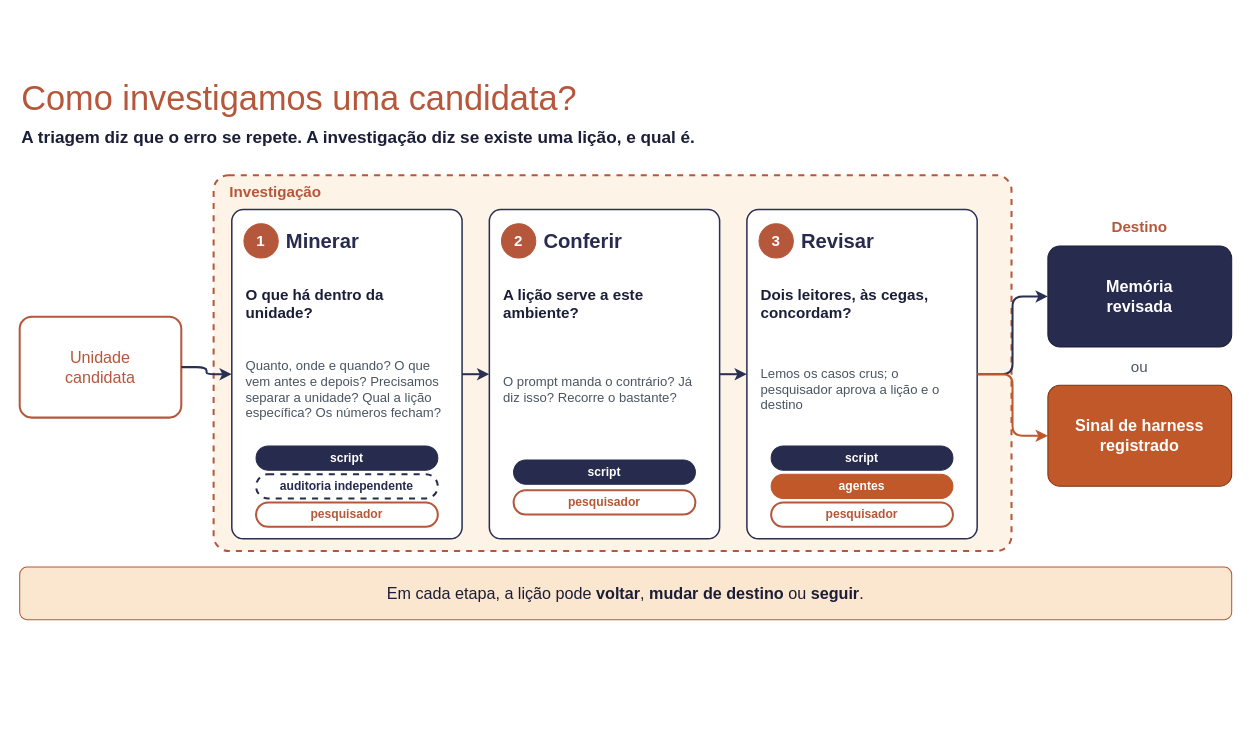
The draw.io diagram docs/sources/draw.io/como_investigamos.drawio in rc-ventura/memory_layer_ai_agents, before the edit. Source tidied: cells renumbered, new cells numbered last; positions are measured from the earlier drawing's top-left corner, leaving out a move shared by most shapes. Both pictures are drawn from the tidied source at 101%, with x=0, y=0 at pixel (19, 72).
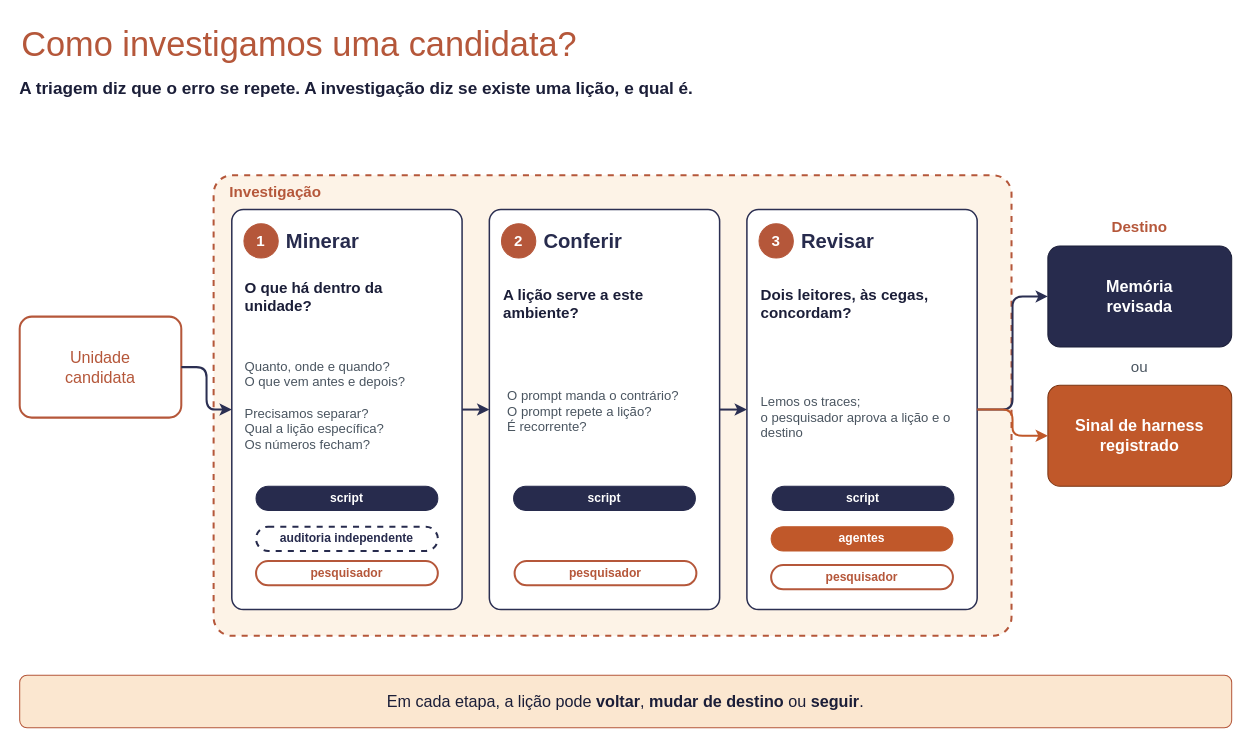
The same page after the edit.

The edit, as a diff of the source:
```diff
@@
     <mxCell id="2" value="Como investigamos uma candidata?" style="text;html=1;verticalAlign=middle;whiteSpace=wrap;align=left;fontSize=34;fontColor=#B5573A;" parent="1" vertex="1">
-      <mxGeometry width="1200" height="52" as="geometry" />
+      <mxGeometry y="-54" width="1200" height="52" as="geometry" />
     </mxCell>
     <mxCell id="3" value="&lt;b&gt;A triagem diz que o erro se repete. A investigação diz se existe uma lição, e qual é.&lt;/b&gt;" style="text;html=1;verticalAlign=middle;whiteSpace=wrap;align=left;fontSize=17;fontColor=#1B1E38;" parent="1" vertex="1">
-      <mxGeometry y="52" width="1200" height="28" as="geometry" />
+      <mxGeometry x="-2" y="3" width="1200" height="28" as="geometry" />
     </mxCell>
     <mxCell id="4" style="rounded=1;arcSize=4;whiteSpace=wrap;html=1;fillColor=#FDF3E7;strokeColor=#B5573A;strokeWidth=2;dashed=1;" parent="1" vertex="1">
-      <mxGeometry x="192" y="102" width="790" height="372" as="geometry" />
+      <mxGeometry x="192" y="102" width="790" height="456" as="geometry" />
     </mxCell>
@@
     <mxCell id="7" style="rounded=1;arcSize=5;whiteSpace=wrap;html=1;fillColor=#FFFFFF;strokeColor=#2B2F52;strokeWidth=1.5;" parent="1" vertex="1">
-      <mxGeometry x="210" y="136" width="228" height="326" as="geometry" />
+      <mxGeometry x="210" y="136" width="228" height="396" as="geometry" />
     </mxCell>
@@
     <mxCell id="10" value="&lt;b&gt;O que há dentro da unidade?&lt;/b&gt;" style="text;html=1;verticalAlign=middle;whiteSpace=wrap;align=left;fontSize=15;fontColor=#1B1E38;" parent="1" vertex="1">
-      <mxGeometry x="222" y="196" width="206" height="66" as="geometry" />
+      <mxGeometry x="221" y="189" width="206" height="66" as="geometry" />
     </mxCell>
-    <mxCell id="11" value="Quanto, onde e quando? O que vem antes e depois? Precisamos separar a unidade? Qual a lição específica? Os números fecham?" style="text;html=1;verticalAlign=middle;whiteSpace=wrap;align=left;fontSize=13;fontColor=#4A5560;" parent="1" vertex="1">
-      <mxGeometry x="222" y="268" width="206" height="92" as="geometry" />
+    <mxCell id="11" value="Quanto, onde e quando?&amp;nbsp;&lt;div&gt;O que vem antes e depois?&amp;nbsp;&lt;div&gt;&lt;br&gt;&lt;div&gt;Precisamos separar?&amp;nbsp;&lt;/div&gt;&lt;div&gt;Qual a lição específica?&amp;nbsp;&lt;/div&gt;&lt;div&gt;Os números fecham?&lt;/div&gt;&lt;/div&gt;&lt;/div&gt;" style="text;html=1;verticalAlign=middle;whiteSpace=wrap;align=left;fontSize=13;fontColor=#4A5560;" parent="1" vertex="1">
+      <mxGeometry x="221" y="284" width="206" height="92" as="geometry" />
     </mxCell>
     <mxCell id="12" value="script" style="rounded=1;arcSize=50;whiteSpace=wrap;html=1;fontSize=12;fontStyle=1;fillColor=#272B4D;strokeColor=#272B4D;fontColor=#FFFFFF;" parent="1" vertex="1">
-      <mxGeometry x="234" y="370" width="180" height="24" as="geometry" />
+      <mxGeometry x="234" y="410" width="180" height="24" as="geometry" />
     </mxCell>
     <mxCell id="13" value="auditoria independente" style="rounded=1;arcSize=50;whiteSpace=wrap;html=1;fontSize=12;fontStyle=1;fillColor=#FFFFFF;strokeColor=#272B4D;strokeWidth=2;dashed=1;fontColor=#272B4D;" parent="1" vertex="1">
-      <mxGeometry x="234" y="398" width="180" height="24" as="geometry" />
+      <mxGeometry x="234" y="450" width="180" height="24" as="geometry" />
     </mxCell>
     <mxCell id="14" value="pesquisador" style="rounded=1;arcSize=50;whiteSpace=wrap;html=1;fontSize=12;fontStyle=1;fillColor=#FFFFFF;strokeColor=#B5573A;strokeWidth=2;fontColor=#B5573A;" parent="1" vertex="1">
-      <mxGeometry x="234" y="426" width="180" height="24" as="geometry" />
+      <mxGeometry x="234" y="484" width="180" height="24" as="geometry" />
     </mxCell>
     <mxCell id="15" style="rounded=1;arcSize=5;whiteSpace=wrap;html=1;fillColor=#FFFFFF;strokeColor=#2B2F52;strokeWidth=1.5;" parent="1" vertex="1">
-      <mxGeometry x="465" y="136" width="228" height="326" as="geometry" />
+      <mxGeometry x="465" y="136" width="228" height="396" as="geometry" />
     </mxCell>
@@
-    <mxCell id="19" value="O prompt manda o contrário? Já diz isso? Recorre o bastante?" style="text;html=1;verticalAlign=middle;whiteSpace=wrap;align=left;fontSize=13;fontColor=#4A5560;" parent="1" vertex="1">
-      <mxGeometry x="477" y="268" width="206" height="92" as="geometry" />
+    <mxCell id="19" value="O prompt manda o contrário?&amp;nbsp;&lt;div&gt;O prompt repete a lição?&amp;nbsp;&lt;/div&gt;&lt;div&gt;É recorrente?&lt;/div&gt;" style="text;html=1;verticalAlign=middle;whiteSpace=wrap;align=left;fontSize=13;fontColor=#4A5560;" parent="1" vertex="1">
+      <mxGeometry x="481" y="290" width="206" height="92" as="geometry" />
     </mxCell>
     <mxCell id="20" value="script" style="rounded=1;arcSize=50;whiteSpace=wrap;html=1;fontSize=12;fontStyle=1;fillColor=#272B4D;strokeColor=#272B4D;fontColor=#FFFFFF;" parent="1" vertex="1">
-      <mxGeometry x="489" y="384" width="180" height="24" as="geometry" />
+      <mxGeometry x="489" y="410" width="180" height="24" as="geometry" />
     </mxCell>
     <mxCell id="21" value="pesquisador" style="rounded=1;arcSize=50;whiteSpace=wrap;html=1;fontSize=12;fontStyle=1;fillColor=#FFFFFF;strokeColor=#B5573A;strokeWidth=2;fontColor=#B5573A;" parent="1" vertex="1">
-      <mxGeometry x="489" y="414" width="180" height="24" as="geometry" />
+      <mxGeometry x="490" y="484" width="180" height="24" as="geometry" />
     </mxCell>
     <mxCell id="22" style="rounded=1;arcSize=5;whiteSpace=wrap;html=1;fillColor=#FFFFFF;strokeColor=#2B2F52;strokeWidth=1.5;" parent="1" vertex="1">
-      <mxGeometry x="720" y="136" width="228" height="326" as="geometry" />
+      <mxGeometry x="720" y="136" width="228" height="396" as="geometry" />
     </mxCell>
@@
-    <mxCell id="26" value="Lemos os casos crus; o pesquisador aprova a lição e o destino" style="text;html=1;verticalAlign=middle;whiteSpace=wrap;align=left;fontSize=13;fontColor=#4A5560;" parent="1" vertex="1">
-      <mxGeometry x="732" y="268" width="206" height="92" as="geometry" />
+    <mxCell id="26" value="Lemos os traces;&amp;nbsp;&lt;div&gt;o pesquisador aprova a lição e o destino&lt;/div&gt;" style="text;html=1;verticalAlign=middle;whiteSpace=wrap;align=left;fontSize=13;fontColor=#4A5560;" parent="1" vertex="1">
+      <mxGeometry x="732" y="296" width="206" height="92" as="geometry" />
     </mxCell>
     <mxCell id="27" value="script" style="rounded=1;arcSize=50;whiteSpace=wrap;html=1;fontSize=12;fontStyle=1;fillColor=#272B4D;strokeColor=#272B4D;fontColor=#FFFFFF;" parent="1" vertex="1">
-      <mxGeometry x="744" y="370" width="180" height="24" as="geometry" />
+      <mxGeometry x="745" y="410" width="180" height="24" as="geometry" />
     </mxCell>
     <mxCell id="28" value="agentes" style="rounded=1;arcSize=50;whiteSpace=wrap;html=1;fontSize=12;fontStyle=1;fillColor=#C0582A;strokeColor=#C0582A;fontColor=#FFFFFF;" parent="1" vertex="1">
-      <mxGeometry x="744" y="398" width="180" height="24" as="geometry" />
+      <mxGeometry x="744" y="450" width="180" height="24" as="geometry" />
     </mxCell>
     <mxCell id="29" value="pesquisador" style="rounded=1;arcSize=50;whiteSpace=wrap;html=1;fontSize=12;fontStyle=1;fillColor=#FFFFFF;strokeColor=#B5573A;strokeWidth=2;fontColor=#B5573A;" parent="1" vertex="1">
-      <mxGeometry x="744" y="426" width="180" height="24" as="geometry" />
+      <mxGeometry x="744" y="488" width="180" height="24" as="geometry" />
     </mxCell>
@@
     <mxCell id="39" value="Em cada etapa, a lição pode &lt;b&gt;voltar&lt;/b&gt;, &lt;b&gt;mudar de destino&lt;/b&gt; ou &lt;b&gt;seguir&lt;/b&gt;." style="rounded=1;arcSize=14;whiteSpace=wrap;html=1;fillColor=#FBE7D0;strokeColor=#B5573A;fontColor=#1B1E38;fontSize=16;" parent="1" vertex="1">
-      <mxGeometry y="490" width="1200" height="52" as="geometry" />
+      <mxGeometry y="597" width="1200" height="52" as="geometry" />
     </mxCell>
```
